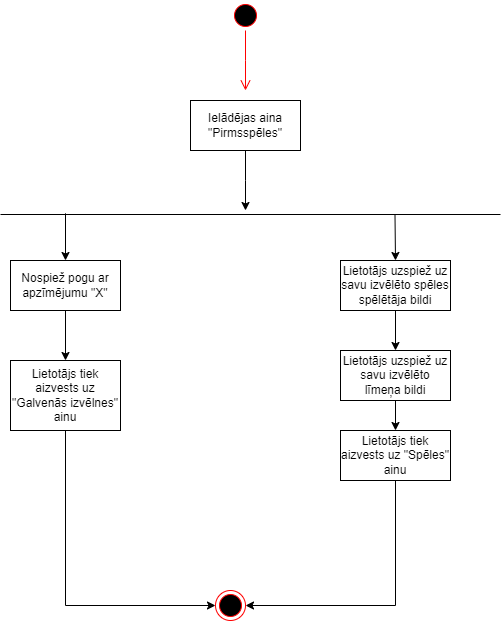
The draw.io diagram Diagrammas/Activitates_P.png in GNarvils/ScoreStorm, before a commit. Source tidied: cells renumbered, new cells last; positions are measured from the earlier drawing's top-left corner, leaving out a move shared by most shapes.
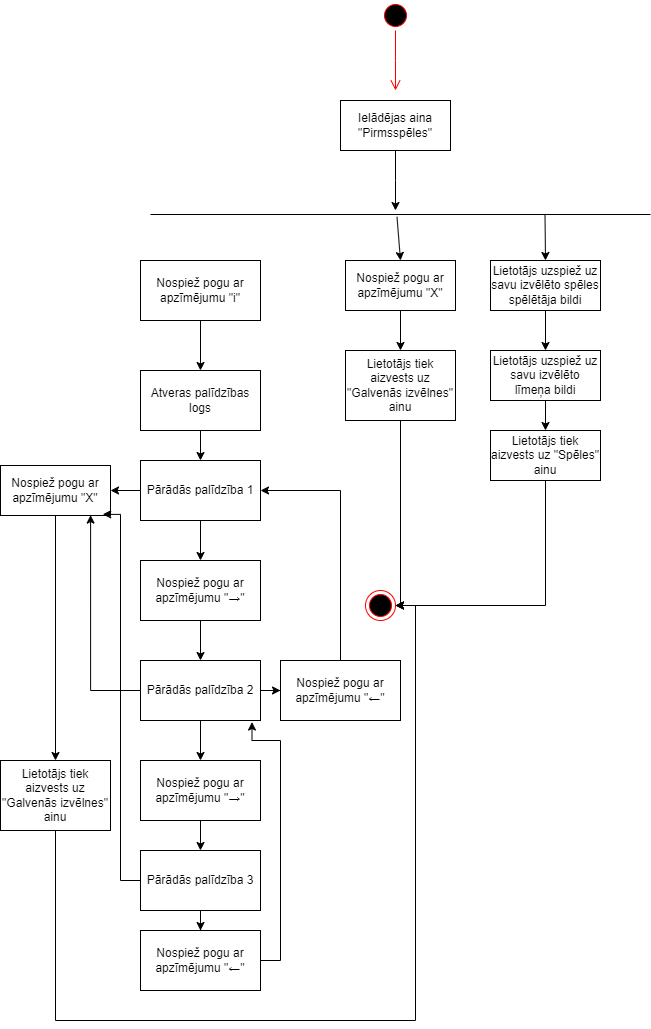
Above is the later version.

Change to the diagram source:
```diff
@@ -25,20 +25,20 @@
       <mxGeometry relative="1" as="geometry" />
     </mxCell>
     <mxCell id="8" value="Nospiež pogu ar apzīmējumu &quot;X&quot;" style="html=1;whiteSpace=wrap;" parent="1" vertex="1">
-      <mxGeometry x="10" y="260" width="110" height="50" as="geometry" />
+      <mxGeometry x="195" y="260" width="110" height="50" as="geometry" />
     </mxCell>
-    <mxCell id="9" style="endArrow=classic;html=1;rounded=0;exitX=0.13;exitY=0.354;exitDx=0;exitDy=0;exitPerimeter=0;entryX=0.5;entryY=0;entryDx=0;entryDy=0;" parent="1" edge="1" source="6" target="8">
+    <mxCell id="9" style="endArrow=classic;html=1;rounded=0;exitX=0.493;exitY=0.792;exitDx=0;exitDy=0;exitPerimeter=0;entryX=0.5;entryY=0;entryDx=0;entryDy=0;" parent="1" edge="1" source="6" target="8">
       <mxGeometry relative="1" as="geometry" />
     </mxCell>
-    <mxCell id="10" style="edgeStyle=orthogonalEdgeStyle;rounded=0;jettySize=auto;html=1;entryX=0;entryY=0.5;entryDx=0;entryDy=0;" parent="1" edge="1" source="11" target="12">
+    <mxCell id="10" style="edgeStyle=orthogonalEdgeStyle;rounded=0;jettySize=auto;html=1;entryX=1;entryY=0.5;entryDx=0;entryDy=0;" parent="1" edge="1" source="11" target="12">
       <mxGeometry relative="1" as="geometry">
         <Array as="points">
-          <mxPoint x="65" y="605" />
+          <mxPoint x="250" y="605" />
         </Array>
       </mxGeometry>
     </mxCell>
     <mxCell id="11" value="Lietotājs tiek aizvests uz &quot;Galvenās izvēlnes&quot; ainu" style="html=1;whiteSpace=wrap;" parent="1" vertex="1">
-      <mxGeometry x="10" y="360" width="110" height="70" as="geometry" />
+      <mxGeometry x="195" y="350" width="110" height="70" as="geometry" />
     </mxCell>
     <mxCell id="12" style="ellipse;html=1;shape=endState;fillColor=#000000;strokeColor=#ff0000;" parent="1" vertex="1">
       <mxGeometry x="215" y="590" width="30" height="30" as="geometry" />
@@ -68,5 +68,104 @@
     <mxCell id="19" style="endArrow=classic;html=1;rounded=0;entryX=0.5;entryY=0;entryDx=0;entryDy=0;exitX=0.789;exitY=0.575;exitDx=0;exitDy=0;exitPerimeter=0;" parent="1" edge="1" source="6" target="14">
       <mxGeometry relative="1" as="geometry" />
     </mxCell>
+    <mxCell id="20" style="edgeStyle=orthogonalEdgeStyle;rounded=0;jettySize=auto;html=1;entryX=0.5;entryY=0;entryDx=0;entryDy=0;" parent="1" edge="1" source="21" target="23">
+      <mxGeometry relative="1" as="geometry" />
+    </mxCell>
+    <mxCell id="21" value="Nospiež pogu ar apzīmējumu &quot;i&quot;" style="rounded=0;whiteSpace=wrap;html=1;" parent="1" vertex="1">
+      <mxGeometry x="-10" y="260" width="120" height="60" as="geometry" />
+    </mxCell>
+    <mxCell id="22" style="edgeStyle=orthogonalEdgeStyle;rounded=0;jettySize=auto;html=1;entryX=0.5;entryY=0;entryDx=0;entryDy=0;" parent="1" edge="1" source="23" target="28">
+      <mxGeometry relative="1" as="geometry" />
+    </mxCell>
+    <mxCell id="23" value="Atveras palīdzības logs" style="rounded=0;whiteSpace=wrap;html=1;" parent="1" vertex="1">
+      <mxGeometry x="-10" y="370" width="120" height="60" as="geometry" />
+    </mxCell>
+    <mxCell id="24" style="edgeStyle=orthogonalEdgeStyle;rounded=0;jettySize=auto;html=1;entryX=0.5;entryY=0;entryDx=0;entryDy=0;" parent="1" edge="1" source="25" target="30">
+      <mxGeometry relative="1" as="geometry" />
+    </mxCell>
+    <mxCell id="25" value="Nospiež pogu ar apzīmējumu &quot;X&quot;" style="html=1;whiteSpace=wrap;" parent="1" vertex="1">
+      <mxGeometry x="-150" y="465" width="110" height="50" as="geometry" />
+    </mxCell>
+    <mxCell id="26" style="edgeStyle=orthogonalEdgeStyle;rounded=0;jettySize=auto;html=1;entryX=1;entryY=0.5;entryDx=0;entryDy=0;" parent="1" edge="1" source="28" target="25">
+      <mxGeometry relative="1" as="geometry" />
+    </mxCell>
+    <mxCell id="27" style="edgeStyle=orthogonalEdgeStyle;rounded=0;jettySize=auto;html=1;entryX=0.5;entryY=0;entryDx=0;entryDy=0;" parent="1" edge="1" source="28" target="32">
+      <mxGeometry relative="1" as="geometry" />
+    </mxCell>
+    <mxCell id="28" value="Pārādās palīdzība 1" style="rounded=0;whiteSpace=wrap;html=1;" parent="1" vertex="1">
+      <mxGeometry x="-10" y="460" width="120" height="60" as="geometry" />
+    </mxCell>
+    <mxCell id="29" style="edgeStyle=orthogonalEdgeStyle;rounded=0;jettySize=auto;html=1;entryX=1;entryY=0.5;entryDx=0;entryDy=0;" parent="1" edge="1" source="30" target="12">
+      <mxGeometry relative="1" as="geometry">
+        <Array as="points">
+          <mxPoint x="-95" y="1020" />
+          <mxPoint x="265" y="1020" />
+          <mxPoint x="265" y="605" />
+        </Array>
+      </mxGeometry>
+    </mxCell>
+    <mxCell id="30" value="Lietotājs tiek aizvests uz &quot;Galvenās izvēlnes&quot; ainu" style="html=1;whiteSpace=wrap;" parent="1" vertex="1">
+      <mxGeometry x="-150" y="760" width="110" height="70" as="geometry" />
+    </mxCell>
+    <mxCell id="31" style="edgeStyle=orthogonalEdgeStyle;rounded=0;jettySize=auto;html=1;entryX=0.5;entryY=0;entryDx=0;entryDy=0;" parent="1" edge="1" source="32" target="35">
+      <mxGeometry relative="1" as="geometry" />
+    </mxCell>
+    <mxCell id="32" value="Nospiež pogu ar apzīmējumu &quot;→&quot;" style="rounded=0;whiteSpace=wrap;html=1;" parent="1" vertex="1">
+      <mxGeometry x="-10" y="560" width="120" height="60" as="geometry" />
+    </mxCell>
+    <mxCell id="33" style="edgeStyle=orthogonalEdgeStyle;rounded=0;jettySize=auto;html=1;entryX=0.5;entryY=0;entryDx=0;entryDy=0;" parent="1" edge="1" source="35" target="37">
+      <mxGeometry relative="1" as="geometry" />
+    </mxCell>
+    <mxCell id="34" style="edgeStyle=orthogonalEdgeStyle;rounded=0;jettySize=auto;html=1;entryX=0;entryY=0.5;entryDx=0;entryDy=0;" parent="1" edge="1" source="35" target="42">
+      <mxGeometry relative="1" as="geometry" />
+    </mxCell>
+    <mxCell id="35" value="Pārādās palīdzība 2" style="rounded=0;whiteSpace=wrap;html=1;" parent="1" vertex="1">
+      <mxGeometry x="-10" y="660" width="120" height="60" as="geometry" />
+    </mxCell>
+    <mxCell id="36" style="edgeStyle=orthogonalEdgeStyle;rounded=0;jettySize=auto;html=1;entryX=0.5;entryY=0;entryDx=0;entryDy=0;" parent="1" edge="1" source="37" target="40">
+      <mxGeometry relative="1" as="geometry" />
+    </mxCell>
+    <mxCell id="37" value="Nospiež pogu ar apzīmējumu &quot;→&quot;" style="rounded=0;whiteSpace=wrap;html=1;" parent="1" vertex="1">
+      <mxGeometry x="-10" y="760" width="120" height="60" as="geometry" />
+    </mxCell>
+    <mxCell id="38" style="edgeStyle=orthogonalEdgeStyle;rounded=0;jettySize=auto;html=1;entryX=0.819;entryY=0.992;entryDx=0;entryDy=0;entryPerimeter=0;" parent="1" edge="1" source="35" target="25">
+      <mxGeometry relative="1" as="geometry" />
+    </mxCell>
+    <mxCell id="39" style="edgeStyle=orthogonalEdgeStyle;rounded=0;jettySize=auto;html=1;entryX=0.5;entryY=0;entryDx=0;entryDy=0;" parent="1" edge="1" source="40" target="45">
+      <mxGeometry relative="1" as="geometry" />
+    </mxCell>
+    <mxCell id="40" value="Pārādās palīdzība 3" style="rounded=0;whiteSpace=wrap;html=1;" parent="1" vertex="1">
+      <mxGeometry x="-10" y="850" width="120" height="60" as="geometry" />
+    </mxCell>
+    <mxCell id="41" style="edgeStyle=orthogonalEdgeStyle;rounded=0;jettySize=auto;html=1;entryX=1;entryY=0.5;entryDx=0;entryDy=0;" parent="1" edge="1" source="42" target="28">
+      <mxGeometry relative="1" as="geometry">
+        <Array as="points">
+          <mxPoint x="190" y="490" />
+        </Array>
+      </mxGeometry>
+    </mxCell>
+    <mxCell id="42" value="Nospiež pogu ar apzīmējumu &quot;←&quot;" style="rounded=0;whiteSpace=wrap;html=1;" parent="1" vertex="1">
+      <mxGeometry x="130" y="660" width="120" height="60" as="geometry" />
+    </mxCell>
+    <mxCell id="43" style="edgeStyle=orthogonalEdgeStyle;rounded=0;jettySize=auto;html=1;entryX=0.929;entryY=0.977;entryDx=0;entryDy=0;entryPerimeter=0;" parent="1" edge="1" source="40" target="25">
+      <mxGeometry relative="1" as="geometry">
+        <Array as="points">
+          <mxPoint x="-30" y="880" />
+          <mxPoint x="-30" y="514" />
+        </Array>
+      </mxGeometry>
+    </mxCell>
+    <mxCell id="44" style="edgeStyle=orthogonalEdgeStyle;rounded=0;jettySize=auto;html=1;entryX=0.929;entryY=1.026;entryDx=0;entryDy=0;entryPerimeter=0;" parent="1" edge="1" source="45" target="35">
+      <mxGeometry relative="1" as="geometry">
+        <Array as="points">
+          <mxPoint x="130" y="960" />
+          <mxPoint x="130" y="740" />
+          <mxPoint x="102" y="740" />
+        </Array>
+      </mxGeometry>
+    </mxCell>
+    <mxCell id="45" value="Nospiež pogu ar apzīmējumu &quot;←&quot;" style="rounded=0;whiteSpace=wrap;html=1;" parent="1" vertex="1">
+      <mxGeometry x="-10" y="930" width="120" height="60" as="geometry" />
+    </mxCell>
   </root>
 </mxGraphModel>
```
